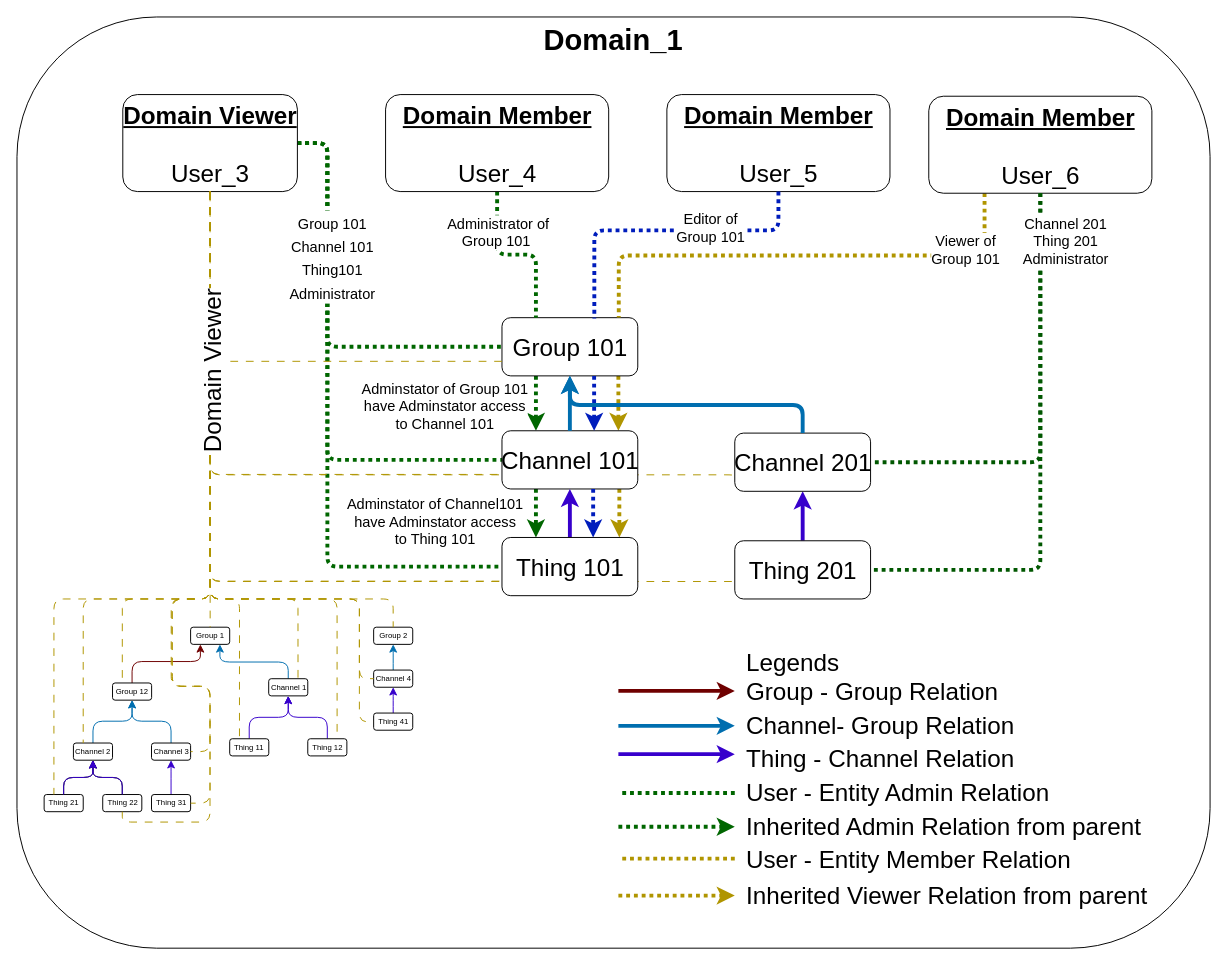
Before: docs/diagrams/group_users_viewer_2.drawio in absmach/supermq-docs, a draw.io diagram. Source tidied: cells renumbered, new cells numbered last; positions are measured from the earlier drawing's top-left corner, leaving out a move shared by most shapes. Both pictures are drawn from the tidied source at 97%, with x=0, y=0 at pixel (16, 16).
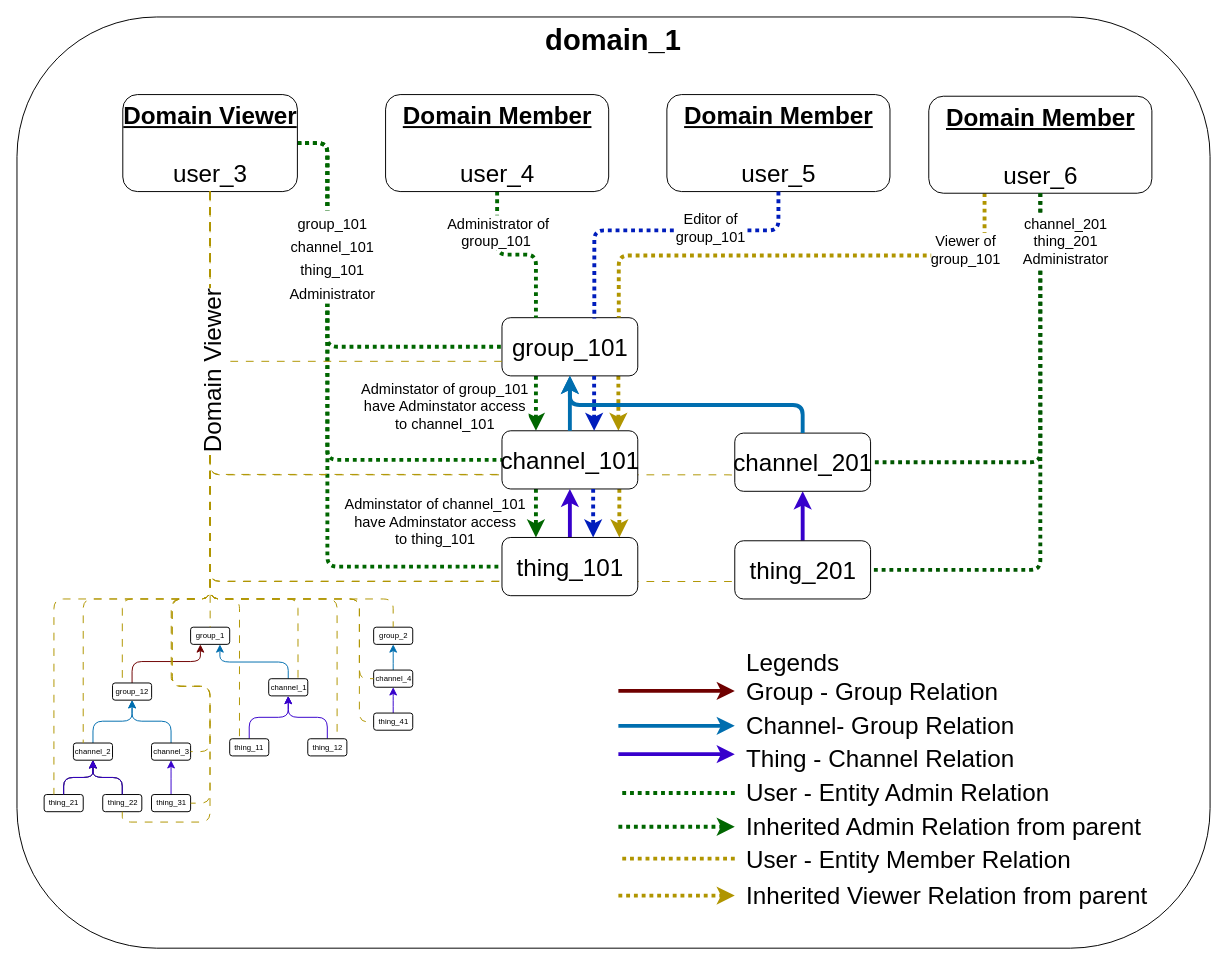
Above is the later version.

Unchanged cells that the change refers to:
```xml
<mxCell id="8" style="group;fontSize=8;" parent="7" vertex="1">
  <mxGeometry x="28" y="607" width="380" height="230" as="geometry" />
</mxCell>
<mxCell id="45" style="edgeStyle=orthogonalEdgeStyle;html=1;entryX=0;entryY=0.5;entryDx=0;entryDy=0;dashed=1;dashPattern=1 1;strokeColor=#006600;strokeWidth=4;fontSize=20;endArrow=none;endFill=0;" parent="37" edge="1" source="47" target="96">
  <mxGeometry relative="1" as="geometry">
    <Array as="points">
      <mxPoint x="320" y="130" />
      <mxPoint x="320" y="567" />
    </Array>
  </mxGeometry>
</mxCell>
<mxCell id="58" style="edgeStyle=orthogonalEdgeStyle;html=1;exitX=0.25;exitY=1;exitDx=0;exitDy=0;entryX=0.25;entryY=0;entryDx=0;entryDy=0;dashed=1;dashPattern=1 1;strokeWidth=4;endArrow=classic;endFill=1;fillColor=#fa6800;strokeColor=#006600;" parent="37" edge="1" source="61" target="65">
  <mxGeometry relative="1" as="geometry" />
</mxCell>
<mxCell id="62" style="edgeStyle=orthogonalEdgeStyle;html=1;exitX=0.25;exitY=1;exitDx=0;exitDy=0;entryX=0.25;entryY=0;entryDx=0;entryDy=0;dashed=1;dashPattern=1 1;strokeWidth=4;endArrow=classic;endFill=1;fillColor=#fa6800;strokeColor=#006600;" parent="37" edge="1" source="65" target="96">
  <mxGeometry relative="1" as="geometry" />
</mxCell>
<mxCell id="66" style="edgeStyle=orthogonalEdgeStyle;html=1;entryX=0.25;entryY=0;entryDx=0;entryDy=0;dashed=1;dashPattern=1 1;strokeWidth=4;endArrow=none;endFill=0;fillColor=#fa6800;strokeColor=#006600;" parent="37" edge="1" source="68" target="61">
  <mxGeometry relative="1" as="geometry" />
</mxCell>
<mxCell id="69" style="edgeStyle=orthogonalEdgeStyle;html=1;dashed=1;dashPattern=1 1;strokeWidth=4;endArrow=none;endFill=0;fillColor=#e3c800;strokeColor=#B09500;exitX=0.25;exitY=1;exitDx=0;exitDy=0;entryX=0.86;entryY=-0.003;entryDx=0;entryDy=0;entryPerimeter=0;" parent="37" edge="1" source="72" target="61">
  <mxGeometry relative="1" as="geometry" />
</mxCell>
<mxCell id="74" style="edgeStyle=orthogonalEdgeStyle;html=1;exitX=0.5;exitY=1;exitDx=0;exitDy=0;entryX=1;entryY=0.5;entryDx=0;entryDy=0;strokeColor=#005700;endArrow=none;endFill=0;strokeWidth=4;dashed=1;dashPattern=1 1;fillColor=#008a00;" parent="37" edge="1" source="72" target="99">
  <mxGeometry relative="1" as="geometry" />
</mxCell>
<mxCell id="101" style="edgeStyle=orthogonalEdgeStyle;html=1;entryX=0.68;entryY=0.014;entryDx=0;entryDy=0;fillColor=#0050ef;strokeColor=#001DBC;strokeWidth=4;dashed=1;dashPattern=1 1;entryPerimeter=0;endArrow=none;endFill=0;" parent="94" edge="1" source="71" target="61">
  <mxGeometry relative="1" as="geometry">
    <Array as="points">
      <mxPoint x="785" y="220" />
      <mxPoint x="595" y="220" />
      <mxPoint x="595" y="311" />
    </Array>
  </mxGeometry>
</mxCell>
```

The edit, as a diff of the source:
```diff
@@
-    <mxCell id="6" value="&lt;font style=&quot;font-size: 30px;&quot;&gt;&lt;b style=&quot;&quot;&gt;Domain_1&lt;/b&gt;&lt;/font&gt;" style="rounded=1;whiteSpace=wrap;html=1;verticalAlign=top;fillColor=default;" parent="5" vertex="1">
+    <mxCell id="6" value="&lt;font style=&quot;font-size: 30px;&quot;&gt;&lt;b style=&quot;&quot;&gt;domain_1&lt;/b&gt;&lt;/font&gt;" style="rounded=1;whiteSpace=wrap;html=1;verticalAlign=top;fillColor=default;" parent="5" vertex="1">
       <mxGeometry width="1230" height="960" as="geometry" />
     </mxCell>
@@
-    <mxCell id="9" value="Group 1" style="rounded=1;html=1;fontSize=8;" parent="8" vertex="1">
+    <mxCell id="9" value="group_1" style="rounded=1;html=1;fontSize=8;" parent="8" vertex="1">
       <mxGeometry x="151" y="22.1" width="40.3" height="17.7" as="geometry" />
     </mxCell>
@@
-    <mxCell id="11" value="Group 12" style="rounded=1;whiteSpace=wrap;html=1;fontSize=8;" parent="8" vertex="1">
+    <mxCell id="11" value="group_12" style="rounded=1;whiteSpace=wrap;html=1;fontSize=8;" parent="8" vertex="1">
       <mxGeometry x="70.5" y="79.6" width="40.3" height="17.7" as="geometry" />
     </mxCell>
@@
-    <mxCell id="13" value="Channel 2" style="rounded=1;html=1;fontSize=8;" parent="8" vertex="1">
+    <mxCell id="13" value="channel_2" style="rounded=1;html=1;fontSize=8;" parent="8" vertex="1">
       <mxGeometry x="30.2" y="141.5" width="40.3" height="17.7" as="geometry" />
     </mxCell>
@@
-    <mxCell id="15" value="Channel 3" style="rounded=1;html=1;fontSize=8;" parent="8" vertex="1">
+    <mxCell id="15" value="channel_3" style="rounded=1;html=1;fontSize=8;" parent="8" vertex="1">
       <mxGeometry x="110.7" y="141.5" width="40.3" height="17.7" as="geometry" />
     </mxCell>
@@
-    <mxCell id="17" value="Channel 1" style="rounded=1;html=1;fontSize=8;" parent="8" vertex="1">
+    <mxCell id="17" value="channel_1" style="rounded=1;html=1;fontSize=8;" parent="8" vertex="1">
       <mxGeometry x="231.5" y="75.2" width="40.3" height="17.7" as="geometry" />
     </mxCell>
@@
-    <mxCell id="19" value="Thing 11" style="rounded=1;html=1;fontSize=8;" parent="8" vertex="1">
+    <mxCell id="19" value="thing_11" style="rounded=1;html=1;fontSize=8;" parent="8" vertex="1">
       <mxGeometry x="191.3" y="137.1" width="40.3" height="17.7" as="geometry" />
     </mxCell>
@@
-    <mxCell id="21" value="Thing 12" style="rounded=1;html=1;fontSize=8;" parent="8" vertex="1">
+    <mxCell id="21" value="thing_12" style="rounded=1;html=1;fontSize=8;" parent="8" vertex="1">
       <mxGeometry x="271.8" y="137.1" width="40.3" height="17.7" as="geometry" />
     </mxCell>
@@
-    <mxCell id="23" value="Thing 21" style="rounded=1;html=1;fontSize=8;" parent="8" vertex="1">
+    <mxCell id="23" value="thing_21" style="rounded=1;html=1;fontSize=8;" parent="8" vertex="1">
       <mxGeometry y="194.6" width="40.3" height="17.7" as="geometry" />
     </mxCell>
@@
-    <mxCell id="25" value="Thing 22" style="rounded=1;html=1;fontSize=8;" parent="8" vertex="1">
+    <mxCell id="25" value="thing_22" style="rounded=1;html=1;fontSize=8;" parent="8" vertex="1">
       <mxGeometry x="60.4" y="194.6" width="40.3" height="17.7" as="geometry" />
     </mxCell>
@@
-    <mxCell id="27" value="Thing 31" style="rounded=1;html=1;fontSize=8;" parent="8" vertex="1">
+    <mxCell id="27" value="thing_31" style="rounded=1;html=1;fontSize=8;" parent="8" vertex="1">
       <mxGeometry x="110.7" y="194.6" width="40.3" height="17.7" as="geometry" />
     </mxCell>
@@
-    <mxCell id="30" value="Group 2" style="rounded=1;html=1;fontSize=8;" parent="8" vertex="1">
+    <mxCell id="30" value="group_2" style="rounded=1;html=1;fontSize=8;" parent="8" vertex="1">
       <mxGeometry x="339.7" y="22.1" width="40.3" height="17.7" as="geometry" />
     </mxCell>
@@
-    <mxCell id="32" value="Channel 4" style="rounded=1;html=1;fontSize=8;" parent="8" vertex="1">
+    <mxCell id="32" value="channel_4" style="rounded=1;html=1;fontSize=8;" parent="8" vertex="1">
       <mxGeometry x="339.7" y="66.3" width="40.3" height="17.7" as="geometry" />
     </mxCell>
@@
-    <mxCell id="34" value="Thing 41" style="rounded=1;html=1;fontSize=8;" parent="8" vertex="1">
+    <mxCell id="34" value="thing_41" style="rounded=1;html=1;fontSize=8;" parent="8" vertex="1">
       <mxGeometry x="339.7" y="110.6" width="40.3" height="17.7" as="geometry" />
     </mxCell>
@@
-    <mxCell id="46" value="&lt;span style=&quot;font-size: 15px;&quot;&gt;Group 101&lt;/span&gt;&lt;br style=&quot;font-size: 15px;&quot;&gt;&lt;span style=&quot;font-size: 15px;&quot;&gt;Channel 101&lt;/span&gt;&lt;br style=&quot;font-size: 15px;&quot;&gt;&lt;span style=&quot;font-size: 15px;&quot;&gt;Thing101&lt;/span&gt;&lt;br style=&quot;font-size: 15px;&quot;&gt;&lt;span style=&quot;font-size: 15px;&quot;&gt;Administrator&lt;/span&gt;" style="edgeLabel;html=1;align=center;verticalAlign=middle;fontSize=20;" parent="45" vertex="1">
+    <mxCell id="46" value="&lt;span style=&quot;font-size: 15px;&quot;&gt;group_101&lt;/span&gt;&lt;br style=&quot;font-size: 15px;&quot;&gt;&lt;span style=&quot;font-size: 15px;&quot;&gt;channel_101&lt;/span&gt;&lt;br style=&quot;font-size: 15px;&quot;&gt;&lt;span style=&quot;font-size: 15px;&quot;&gt;thing_101&lt;/span&gt;&lt;br style=&quot;font-size: 15px;&quot;&gt;&lt;span style=&quot;font-size: 15px;&quot;&gt;Administrator&lt;/span&gt;" style="edgeLabel;html=1;align=center;verticalAlign=middle;fontSize=20;" parent="45" vertex="1">
       <mxGeometry x="-0.53" y="4" relative="1" as="geometry">
         <mxPoint y="-5" as="offset" />
       </mxGeometry>
     </mxCell>
-    <mxCell id="47" value="&lt;font style=&quot;font-size: 25px;&quot;&gt;&lt;b&gt;&lt;u&gt;Domain Viewer&lt;/u&gt;&lt;/b&gt;&lt;br&gt;&lt;br&gt;User_3&lt;/font&gt;" style="rounded=1;html=1;fontSize=25;verticalAlign=top;" parent="37" vertex="1">
+    <mxCell id="47" value="&lt;font style=&quot;font-size: 25px;&quot;&gt;&lt;b&gt;&lt;u&gt;Domain Viewer&lt;/u&gt;&lt;/b&gt;&lt;br&gt;&lt;br&gt;user_3&lt;/font&gt;" style="rounded=1;html=1;fontSize=25;verticalAlign=top;" parent="37" vertex="1">
       <mxGeometry x="109.1" y="80" width="180" height="100" as="geometry" />
     </mxCell>
@@
-    <mxCell id="59" value="Adminstator of Group 101 &lt;br&gt;have Adminstator access &lt;br&gt;to Channel 101" style="edgeLabel;html=1;align=center;verticalAlign=middle;fontSize=15;" parent="58" vertex="1">
+    <mxCell id="59" value="Adminstator of group_101 &lt;br&gt;have Adminstator access &lt;br&gt;to channel_101" style="edgeLabel;html=1;align=center;verticalAlign=middle;fontSize=15;" parent="58" vertex="1">
       <mxGeometry x="-0.13" relative="1" as="geometry">
         <mxPoint x="-95" y="5" as="offset" />
       </mxGeometry>
     </mxCell>
@@
-    <mxCell id="61" value="Group 101" style="rounded=1;html=1;fontSize=25;" parent="37" vertex="1">
+    <mxCell id="61" value="group_101" style="rounded=1;html=1;fontSize=25;" parent="37" vertex="1">
       <mxGeometry x="500" y="310" width="140" height="60" as="geometry" />
     </mxCell>
@@
-    <mxCell id="63" value="Adminstator of Channel101&lt;br&gt;have Adminstator access&lt;br&gt;to Thing 101" style="edgeLabel;html=1;align=center;verticalAlign=middle;fontSize=15;" parent="62" vertex="1">
+    <mxCell id="63" value="Adminstator of channel_101&lt;br&gt;have Adminstator access&lt;br&gt;to thing_101" style="edgeLabel;html=1;align=center;verticalAlign=middle;fontSize=15;" parent="62" vertex="1">
       <mxGeometry x="-0.19" y="-1" relative="1" as="geometry">
         <mxPoint x="-104" y="13" as="offset" />
       </mxGeometry>
     </mxCell>
@@
-    <mxCell id="65" value="Channel 101" style="rounded=1;html=1;fontSize=25;" parent="37" vertex="1">
+    <mxCell id="65" value="channel_101" style="rounded=1;html=1;fontSize=25;" parent="37" vertex="1">
       <mxGeometry x="500" y="426.6" width="140" height="60" as="geometry" />
     </mxCell>
@@
-    <mxCell id="67" value="&lt;font style=&quot;font-size: 15px;&quot;&gt;&lt;font style=&quot;font-size: 15px;&quot;&gt;&amp;nbsp;Administrator of&amp;nbsp;&lt;br&gt;&lt;/font&gt;Group 101&amp;nbsp;&lt;/font&gt;" style="edgeLabel;html=1;align=center;verticalAlign=middle;" parent="66" vertex="1">
+    <mxCell id="67" value="&lt;font style=&quot;font-size: 15px;&quot;&gt;&lt;font style=&quot;font-size: 15px;&quot;&gt;&amp;nbsp;Administrator of&amp;nbsp;&lt;br&gt;&lt;/font&gt;group_101&amp;nbsp;&lt;/font&gt;" style="edgeLabel;html=1;align=center;verticalAlign=middle;" parent="66" vertex="1">
       <mxGeometry x="0.42" y="1" relative="1" as="geometry">
         <mxPoint x="-41" y="-40" as="offset" />
       </mxGeometry>
     </mxCell>
-    <mxCell id="68" value="&lt;font style=&quot;font-size: 25px;&quot;&gt;&lt;b&gt;&lt;u&gt;Domain Member&lt;/u&gt;&lt;/b&gt;&lt;br&gt;&lt;br&gt;User_4&lt;/font&gt;" style="rounded=1;html=1;fontSize=25;verticalAlign=top;" parent="37" vertex="1">
+    <mxCell id="68" value="&lt;font style=&quot;font-size: 25px;&quot;&gt;&lt;b&gt;&lt;u&gt;Domain Member&lt;/u&gt;&lt;/b&gt;&lt;br&gt;&lt;br&gt;user_4&lt;/font&gt;" style="rounded=1;html=1;fontSize=25;verticalAlign=top;" parent="37" vertex="1">
       <mxGeometry x="380" y="80" width="230" height="100" as="geometry" />
     </mxCell>
@@
-    <mxCell id="70" value="&lt;font style=&quot;font-size: 15px;&quot;&gt;Viewer of&amp;nbsp;&lt;br&gt;&lt;/font&gt;&lt;span style=&quot;font-size: 15px;&quot;&gt;Group 101&amp;nbsp;&lt;/span&gt;" style="edgeLabel;html=1;align=center;verticalAlign=middle;" parent="69" vertex="1">
+    <mxCell id="70" value="&lt;font style=&quot;font-size: 15px;&quot;&gt;Viewer of&amp;nbsp;&lt;br&gt;&lt;/font&gt;&lt;span style=&quot;font-size: 15px;&quot;&gt;group_101&amp;nbsp;&lt;/span&gt;" style="edgeLabel;html=1;align=center;verticalAlign=middle;" parent="69" vertex="1">
       <mxGeometry x="-0.62" y="-6" relative="1" as="geometry">
         <mxPoint x="14" as="offset" />
       </mxGeometry>
     </mxCell>
-    <mxCell id="71" value="&lt;font style=&quot;font-size: 25px;&quot;&gt;&lt;b&gt;&lt;u&gt;Domain Member&lt;/u&gt;&lt;/b&gt;&lt;br&gt;&lt;br&gt;User_5&lt;/font&gt;" style="rounded=1;html=1;fontSize=25;verticalAlign=top;" parent="37" vertex="1">
+    <mxCell id="71" value="&lt;font style=&quot;font-size: 25px;&quot;&gt;&lt;b&gt;&lt;u&gt;Domain Member&lt;/u&gt;&lt;/b&gt;&lt;br&gt;&lt;br&gt;user_5&lt;/font&gt;" style="rounded=1;html=1;fontSize=25;verticalAlign=top;" parent="37" vertex="1">
       <mxGeometry x="670" y="80" width="230" height="100" as="geometry" />
     </mxCell>
-    <mxCell id="72" value="&lt;font style=&quot;font-size: 25px;&quot;&gt;&lt;b&gt;&lt;u&gt;Domain Member&lt;/u&gt;&lt;/b&gt;&lt;br&gt;&lt;br&gt;User_6&lt;/font&gt;" style="rounded=1;html=1;fontSize=25;verticalAlign=top;" parent="37" vertex="1">
+    <mxCell id="72" value="&lt;font style=&quot;font-size: 25px;&quot;&gt;&lt;b&gt;&lt;u&gt;Domain Member&lt;/u&gt;&lt;/b&gt;&lt;br&gt;&lt;br&gt;user_6&lt;/font&gt;" style="rounded=1;html=1;fontSize=25;verticalAlign=top;" parent="37" vertex="1">
       <mxGeometry x="940" y="81.7" width="230" height="100" as="geometry" />
     </mxCell>
@@
-    <mxCell id="75" value="&lt;font style=&quot;font-size: 15px;&quot;&gt;Channel 201&lt;br&gt;Thing 201 &lt;br&gt;Administrator&lt;/font&gt;" style="edgeLabel;html=1;align=center;verticalAlign=middle;" parent="74" vertex="1">
+    <mxCell id="75" value="&lt;font style=&quot;font-size: 15px;&quot;&gt;channel_201&lt;br&gt;thing_201 &lt;br&gt;Administrator&lt;/font&gt;" style="edgeLabel;html=1;align=center;verticalAlign=middle;" parent="74" vertex="1">
       <mxGeometry x="-0.15" y="-2" relative="1" as="geometry">
         <mxPoint x="27" y="-143" as="offset" />
       </mxGeometry>
     </mxCell>
@@
-    <mxCell id="96" value="Thing 101" style="rounded=1;html=1;fontSize=25;" parent="94" vertex="1">
+    <mxCell id="96" value="thing_101" style="rounded=1;html=1;fontSize=25;" parent="94" vertex="1">
       <mxGeometry x="500" y="536.6" width="140" height="60" as="geometry" />
     </mxCell>
@@
-    <mxCell id="99" value="Channel 201" style="rounded=1;html=1;fontSize=25;" parent="94" vertex="1">
+    <mxCell id="99" value="channel_201" style="rounded=1;html=1;fontSize=25;" parent="94" vertex="1">
       <mxGeometry x="740" y="429" width="140" height="60" as="geometry" />
     </mxCell>
-    <mxCell id="100" value="Thing 201" style="rounded=1;html=1;fontSize=25;" parent="94" vertex="1">
+    <mxCell id="100" value="thing_201" style="rounded=1;html=1;fontSize=25;" parent="94" vertex="1">
       <mxGeometry x="740" y="540" width="140" height="60" as="geometry" />
     </mxCell>
@@
-    <mxCell id="102" value="&lt;font style=&quot;font-size: 15px;&quot;&gt;Editor of &lt;br&gt;Group 101&lt;/font&gt;" style="edgeLabel;html=1;align=center;verticalAlign=middle;" parent="101" vertex="1">
+    <mxCell id="102" value="&lt;font style=&quot;font-size: 15px;&quot;&gt;Editor of &lt;br&gt;group_101&lt;/font&gt;" style="edgeLabel;html=1;align=center;verticalAlign=middle;" parent="101" vertex="1">
       <mxGeometry x="-0.31" y="-4" relative="1" as="geometry" />
     </mxCell>
```
